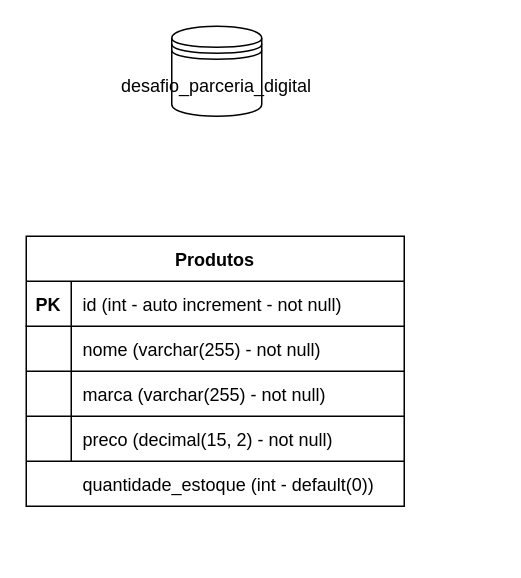
This is docs/Untitled Diagram.drawio from caioliveira277/desafio-parceria-digital, a draw.io file, before an edit. Source tidied: cells renumbered, new cells numbered last; positions are measured from the earlier drawing's top-left corner, leaving out a move shared by most shapes. Both pictures are drawn from the tidied source at 150%, with x=0, y=0 at pixel (26, 26).
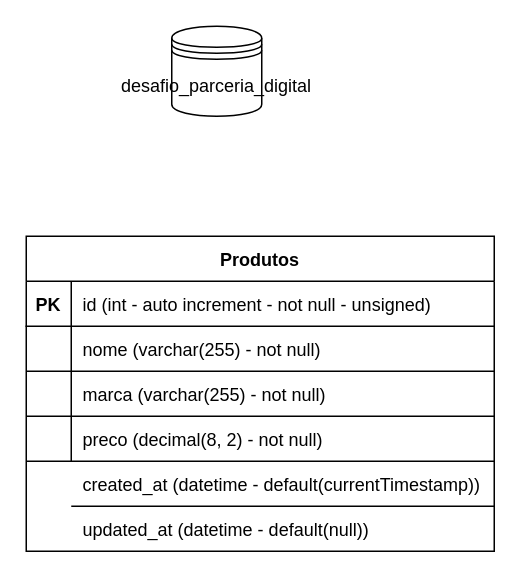
The same page after the edit.

Commit message:
atualizando estrutura da tabela de produtos

The edit, as a diff of the source:
```diff
@@
     <mxCell id="3" value="Produtos" style="shape=table;startSize=30;childLayout=tableLayout;rowLines=0;fontStyle=1;align=center;" parent="1" vertex="1">
-      <mxGeometry y="140" width="252" height="180" as="geometry" />
+      <mxGeometry y="140" width="312" height="210" as="geometry" />
     </mxCell>
     <mxCell id="4" style="shape=partialRectangle;fillColor=none;top=0;left=0;bottom=1;right=0;" parent="3" vertex="1">
-      <mxGeometry y="30" width="252" height="30" as="geometry" />
+      <mxGeometry y="30" width="312" height="30" as="geometry" />
     </mxCell>
@@
-    <mxCell id="6" value="id (int - auto increment - not null)" style="shape=partialRectangle;fillColor=none;top=0;left=0;bottom=0;right=0;align=left;spacingLeft=6;fontStyle=0;overflow=hidden;" parent="4" vertex="1">
-      <mxGeometry x="30" width="222" height="30" as="geometry" />
+    <mxCell id="6" value="id (int - auto increment - not null - unsigned)" style="shape=partialRectangle;fillColor=none;top=0;left=0;bottom=0;right=0;align=left;spacingLeft=6;fontStyle=0;overflow=hidden;" parent="4" vertex="1">
+      <mxGeometry x="30" width="282" height="30" as="geometry" />
     </mxCell>
     <mxCell id="7" style="shape=partialRectangle;fillColor=none;top=0;left=0;bottom=0;right=0;" parent="3" vertex="1">
-      <mxGeometry y="60" width="252" height="30" as="geometry" />
+      <mxGeometry y="60" width="312" height="30" as="geometry" />
     </mxCell>
@@
     <mxCell id="9" value="nome (varchar(255) - not null)" style="shape=partialRectangle;top=0;left=0;bottom=0;right=0;align=left;spacingLeft=6;overflow=hidden;labelBorderColor=none;shadow=0;fillColor=none;" parent="7" vertex="1">
-      <mxGeometry x="30" width="222" height="30" as="geometry" />
+      <mxGeometry x="30" width="282" height="30" as="geometry" />
     </mxCell>
     <mxCell id="10" style="shape=partialRectangle;fillColor=none;top=0;left=0;bottom=0;right=0;" parent="3" vertex="1">
-      <mxGeometry y="90" width="252" height="30" as="geometry" />
+      <mxGeometry y="90" width="312" height="30" as="geometry" />
     </mxCell>
@@
     <mxCell id="12" value="marca (varchar(255) - not null)" style="shape=partialRectangle;fillColor=none;top=0;left=0;bottom=0;right=0;align=left;spacingLeft=6;overflow=hidden;" parent="10" vertex="1">
-      <mxGeometry x="30" width="222" height="30" as="geometry" />
+      <mxGeometry x="30" width="282" height="30" as="geometry" />
     </mxCell>
     <mxCell id="13" style="shape=partialRectangle;fillColor=none;top=0;left=0;bottom=0;right=0;" parent="3" vertex="1">
-      <mxGeometry y="120" width="252" height="30" as="geometry" />
+      <mxGeometry y="120" width="312" height="30" as="geometry" />
     </mxCell>
@@
-    <mxCell id="15" value="preco (decimal(15, 2) - not null)" style="shape=partialRectangle;fillColor=none;top=0;left=0;bottom=0;right=0;align=left;spacingLeft=6;overflow=hidden;" parent="13" vertex="1">
-      <mxGeometry x="30" width="222" height="30" as="geometry" />
+    <mxCell id="15" value="preco (decimal(8, 2) - not null)" style="shape=partialRectangle;fillColor=none;top=0;left=0;bottom=0;right=0;align=left;spacingLeft=6;overflow=hidden;" parent="13" vertex="1">
+      <mxGeometry x="30" width="282" height="30" as="geometry" />
     </mxCell>
-    <mxCell id="16" value="quantidade_estoque (int - default(0))" style="shape=partialRectangle;fillColor=none;top=0;left=0;bottom=0;right=0;align=left;spacingLeft=6;overflow=hidden;" parent="1" vertex="1">
-      <mxGeometry x="30" y="290" width="225" height="30" as="geometry" />
+    <mxCell id="16" value="created_at (datetime - default(currentTimestamp))" style="shape=partialRectangle;fillColor=none;top=0;left=0;bottom=0;right=0;align=left;spacingLeft=6;overflow=hidden;" parent="1" vertex="1">
+      <mxGeometry x="30" y="290" width="282" height="30" as="geometry" />
     </mxCell>
     <mxCell id="17" style="line;strokeWidth=1;dashed=0;labelPosition=right;align=left;verticalAlign=middle;spacingTop=0;spacingLeft=6;shadow=0;fillColor=#2a2a2a;" parent="1" vertex="1">
-      <mxGeometry y="220" width="252" height="20" as="geometry" />
+      <mxGeometry y="220" width="312" height="20" as="geometry" />
     </mxCell>
     <mxCell id="18" style="line;strokeWidth=1;dashed=0;labelPosition=right;align=left;verticalAlign=middle;spacingTop=0;spacingLeft=6;shadow=0;fillColor=#2a2a2a;" parent="1" vertex="1">
-      <mxGeometry y="250" width="252" height="20" as="geometry" />
+      <mxGeometry y="250" width="312" height="20" as="geometry" />
     </mxCell>
     <mxCell id="19" style="line;strokeWidth=1;dashed=0;labelPosition=right;align=left;verticalAlign=middle;spacingTop=0;spacingLeft=6;shadow=0;fillColor=#2a2a2a;" parent="1" vertex="1">
-      <mxGeometry y="280" width="252" height="20" as="geometry" />
+      <mxGeometry y="280" width="312" height="20" as="geometry" />
     </mxCell>
+    <mxCell id="20" value="updated_at (datetime - default(null))" style="shape=partialRectangle;fillColor=none;top=0;left=0;bottom=0;right=0;align=left;spacingLeft=6;overflow=hidden;" parent="1" vertex="1">
+      <mxGeometry x="30" y="320" width="282" height="30" as="geometry" />
+    </mxCell>
+    <mxCell id="21" style="line;strokeWidth=1;dashed=0;labelPosition=right;align=left;verticalAlign=middle;spacingTop=0;spacingLeft=6;shadow=0;fillColor=#2a2a2a;" parent="1" vertex="1">
+      <mxGeometry x="30" y="310" width="282" height="20" as="geometry" />
+    </mxCell>
```
